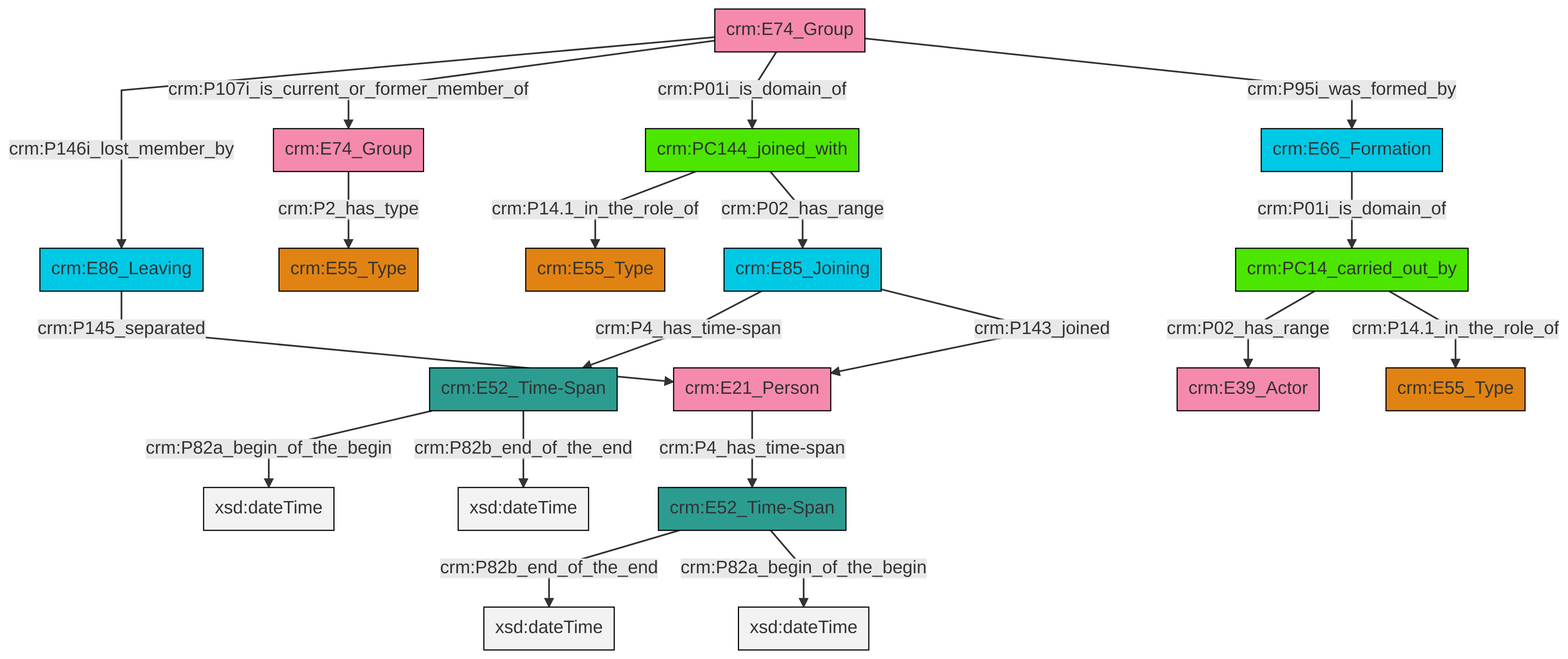
This is et/groupCSV/ttl/mmd/png/group_actor_relations.png from swiss-art-research-net/docs.swissartresearch, a Mermaid export, as it was before one commit. Its source is kept beside it as et/groupCSV/ttl/mmd/group_actor_relations.ttl.mmd.
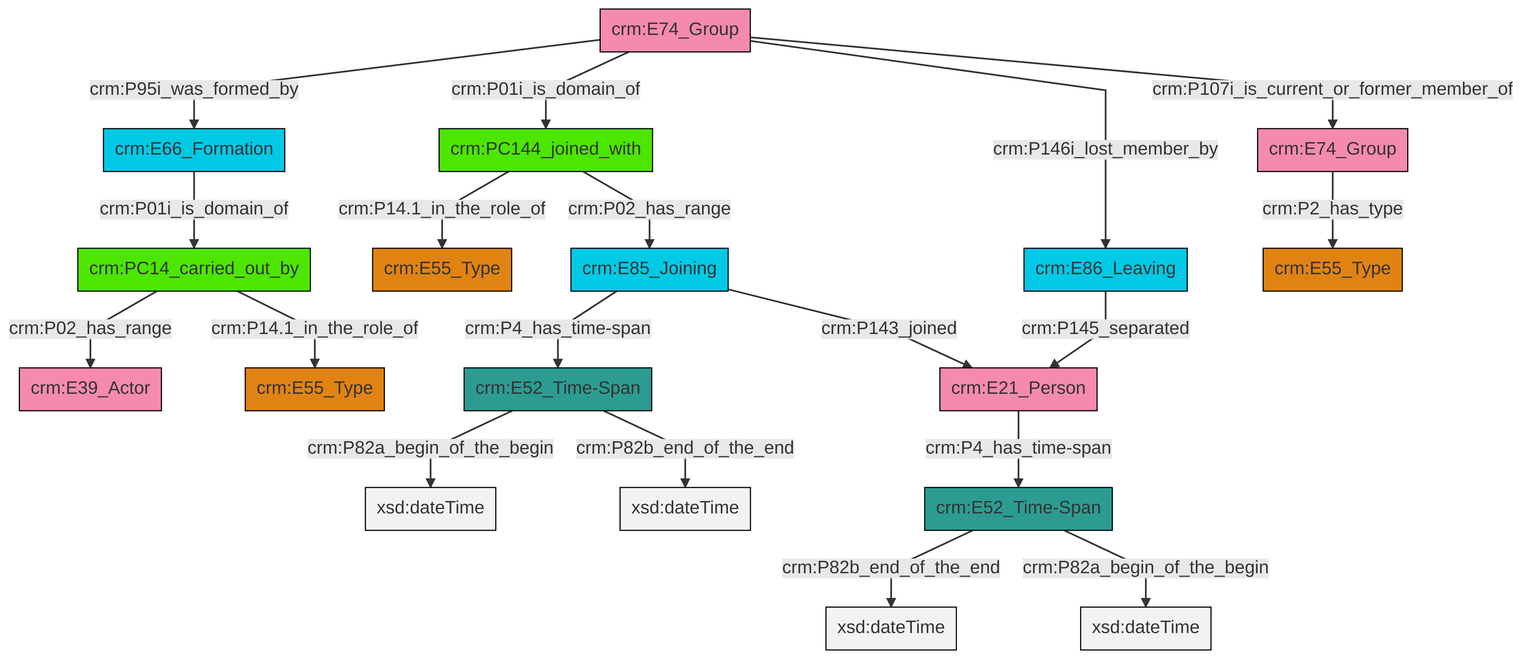
After the commit.

What changed in the source:
```diff
@@ -13,21 +13,21 @@
 classDef PC_Classes fill:#4ce600, stroke:#000000;
 classDef Multi fill:#cccccc,stroke:#000000;
 
-0["crm:E74_Group"]:::Actor -->|crm:P146i_lost_member_by| 1["crm:E86_Leaving"]:::Temporal_Entity
-2["crm:E52_Time-Span"]:::Time-Span -->|crm:P82b_end_of_the_end| 3[xsd:dateTime]:::Literal
+4["crm:E52_Time-Span"]:::Time-Span -->|crm:P82a_begin_of_the_begin| 5[xsd:dateTime]:::Literal
+6["crm:E74_Group"]:::Actor -->|crm:P2_has_type| 7["crm:E55_Type"]:::Type
+9["crm:E85_Joining"]:::Temporal_Entity -->|crm:P4_has_time-span| 4["crm:E52_Time-Span"]:::Time-Span
+4["crm:E52_Time-Span"]:::Time-Span -->|crm:P82b_end_of_the_end| 14[xsd:dateTime]:::Literal
+0["crm:E74_Group"]:::Actor -->|crm:P95i_was_formed_by| 17["crm:E66_Formation"]:::Temporal_Entity
+0["crm:E74_Group"]:::Actor -->|crm:P01i_is_domain_of| 18["crm:PC144_joined_with"]:::PC_Classes
+18["crm:PC144_joined_with"]:::PC_Classes -->|crm:P14.1_in_the_role_of| 19["crm:E55_Type"]:::Type
+12["crm:PC14_carried_out_by"]:::PC_Classes -->|crm:P02_has_range| 22["crm:E39_Actor"]:::Actor
+17["crm:E66_Formation"]:::Temporal_Entity -->|crm:P01i_is_domain_of| 12["crm:PC14_carried_out_by"]:::PC_Classes
+10["crm:E86_Leaving"]:::Temporal_Entity -->|crm:P145_separated| 24["crm:E21_Person"]:::Actor
+15["crm:E52_Time-Span"]:::Time-Span -->|crm:P82b_end_of_the_end| 25[xsd:dateTime]:::Literal
+24["crm:E21_Person"]:::Actor -->|crm:P4_has_time-span| 15["crm:E52_Time-Span"]:::Time-Span
+0["crm:E74_Group"]:::Actor -->|crm:P146i_lost_member_by| 10["crm:E86_Leaving"]:::Temporal_Entity
+15["crm:E52_Time-Span"]:::Time-Span -->|crm:P82a_begin_of_the_begin| 29[xsd:dateTime]:::Literal
+18["crm:PC144_joined_with"]:::PC_Classes -->|crm:P02_has_range| 9["crm:E85_Joining"]:::Temporal_Entity
 0["crm:E74_Group"]:::Actor -->|crm:P107i_is_current_or_former_member_of| 6["crm:E74_Group"]:::Actor
-7["crm:E85_Joining"]:::Temporal_Entity -->|crm:P4_has_time-span| 8["crm:E52_Time-Span"]:::Time-Span
-6["crm:E74_Group"]:::Actor -->|crm:P2_has_type| 9["crm:E55_Type"]:::Type
-11["crm:E66_Formation"]:::Temporal_Entity -->|crm:P01i_is_domain_of| 12["crm:PC14_carried_out_by"]:::PC_Classes
-8["crm:E52_Time-Span"]:::Time-Span -->|crm:P82a_begin_of_the_begin| 16[xsd:dateTime]:::Literal
-14["crm:E21_Person"]:::Actor -->|crm:P4_has_time-span| 2["crm:E52_Time-Span"]:::Time-Span
-1["crm:E86_Leaving"]:::Temporal_Entity -->|crm:P145_separated| 14["crm:E21_Person"]:::Actor
-7["crm:E85_Joining"]:::Temporal_Entity -->|crm:P143_joined| 14["crm:E21_Person"]:::Actor
-21["crm:PC144_joined_with"]:::PC_Classes -->|crm:P14.1_in_the_role_of| 22["crm:E55_Type"]:::Type
-0["crm:E74_Group"]:::Actor -->|crm:P01i_is_domain_of| 21["crm:PC144_joined_with"]:::PC_Classes
-12["crm:PC14_carried_out_by"]:::PC_Classes -->|crm:P02_has_range| 23["crm:E39_Actor"]:::Actor
-0["crm:E74_Group"]:::Actor -->|crm:P95i_was_formed_by| 11["crm:E66_Formation"]:::Temporal_Entity
-8["crm:E52_Time-Span"]:::Time-Span -->|crm:P82b_end_of_the_end| 26[xsd:dateTime]:::Literal
-12["crm:PC14_carried_out_by"]:::PC_Classes -->|crm:P14.1_in_the_role_of| 4["crm:E55_Type"]:::Type
-2["crm:E52_Time-Span"]:::Time-Span -->|crm:P82a_begin_of_the_begin| 30[xsd:dateTime]:::Literal
-21["crm:PC144_joined_with"]:::PC_Classes -->|crm:P02_has_range| 7["crm:E85_Joining"]:::Temporal_Entity
+12["crm:PC14_carried_out_by"]:::PC_Classes -->|crm:P14.1_in_the_role_of| 2["crm:E55_Type"]:::Type
+9["crm:E85_Joining"]:::Temporal_Entity -->|crm:P143_joined| 24["crm:E21_Person"]:::Actor
```
